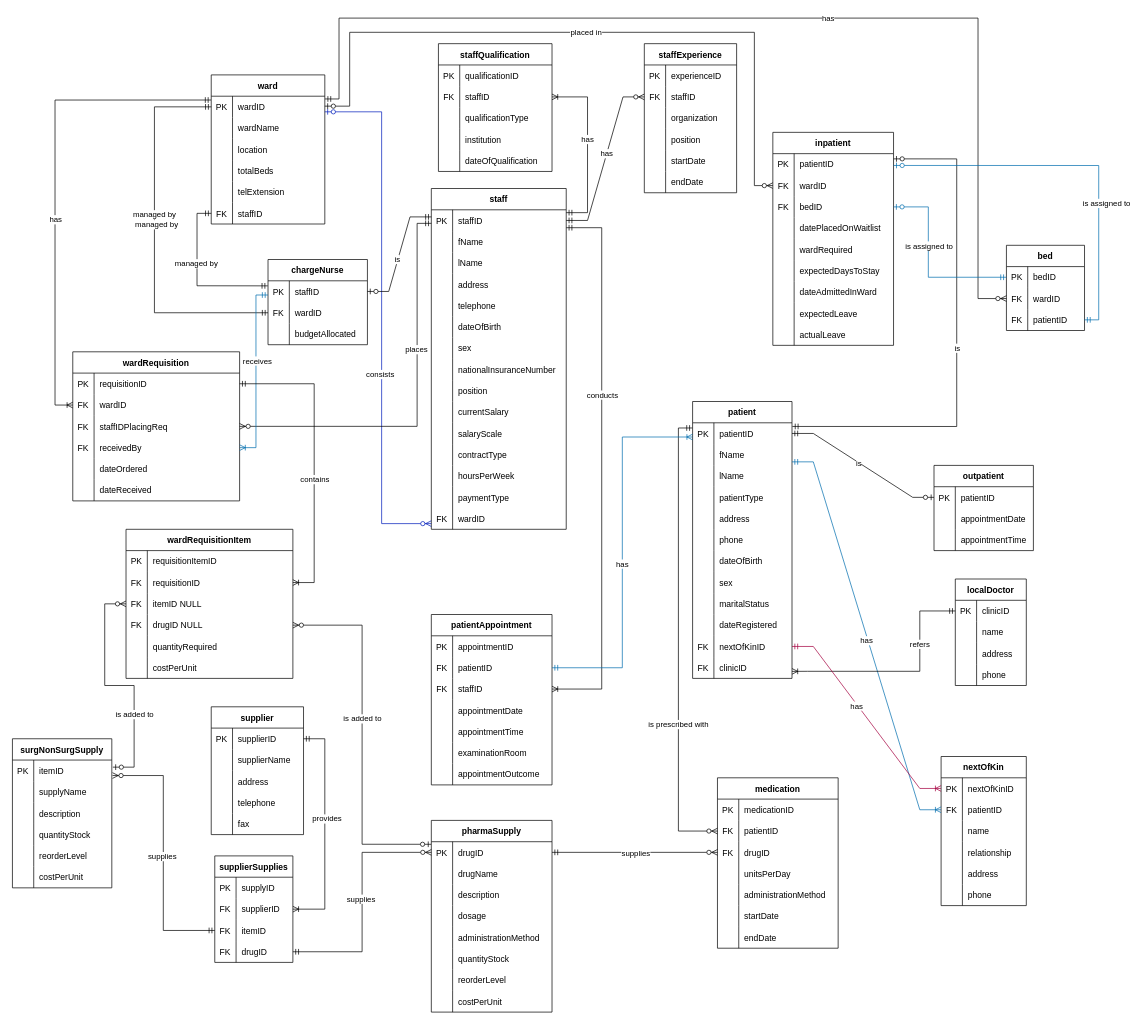
Before: page "logical ERD" (3 of 4) of meadows.drawio in reynchick/meadows, a draw.io diagram. Source tidied: cells renumbered, new cells numbered last; positions are measured from the earlier drawing's top-left corner, leaving out a move shared by most shapes. Both pictures are drawn from the tidied source at 71%, with x=0, y=0 at pixel (-13, 18).
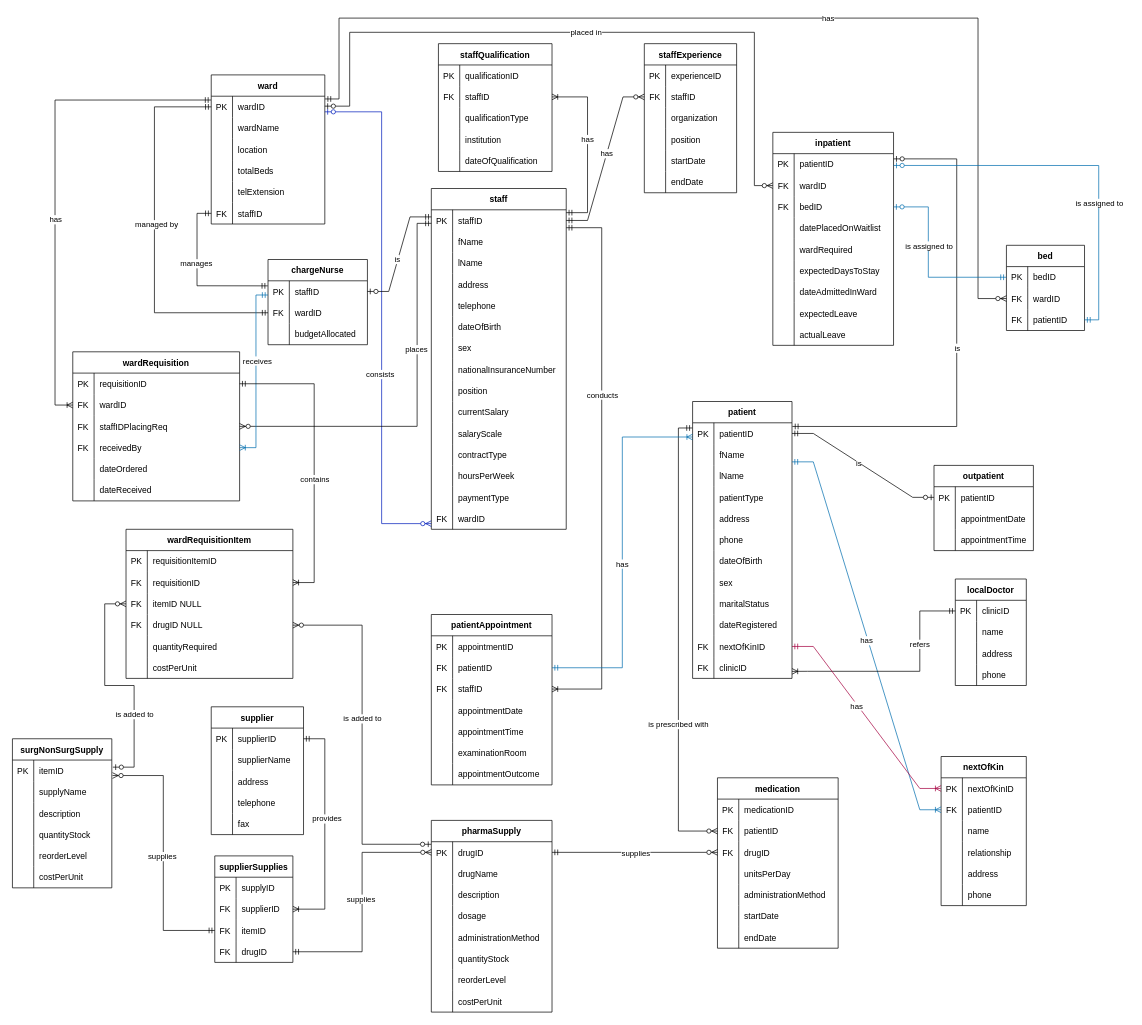
After the change.

The change refers to these unchanged cells:
```xml
<mxCell id="398" style="edgeStyle=orthogonalEdgeStyle;fontSize=12;html=1;endArrow=ERmandOne;startArrow=ERmandOne;rounded=0;exitX=0;exitY=0.5;exitDx=0;exitDy=0;entryX=0;entryY=0.5;entryDx=0;entryDy=0;" parent="1" edge="1" source="3" target="106">
  <mxGeometry relative="1" as="geometry">
    <Array as="points">
      <mxPoint x="235" y="125" />
      <mxPoint x="235" y="415" />
    </Array>
  </mxGeometry>
</mxCell>
<mxCell id="412" style="edgeStyle=orthogonalEdgeStyle;fontSize=12;html=1;endArrow=ERmandOne;startArrow=ERmandOne;rounded=0;entryX=0;entryY=0.5;entryDx=0;entryDy=0;exitX=-0.003;exitY=0.237;exitDx=0;exitDy=0;exitPerimeter=0;" parent="1" edge="1" source="103" target="18">
  <mxGeometry relative="1" as="geometry">
    <Array as="points">
      <mxPoint x="385" y="377" />
      <mxPoint x="295" y="377" />
      <mxPoint x="295" y="275" />
    </Array>
  </mxGeometry>
</mxCell>
```

Diff of the diagram source:
```diff
@@
-    <mxCell id="399" value="managed by" style="edgeLabel;html=1;align=center;verticalAlign=middle;" parent="398" vertex="1">
-      <mxGeometry x="-0.13" y="-1" relative="1" as="geometry" />
-    </mxCell>
@@
-    <mxCell id="413" value="managed by" style="edgeLabel;html=1;align=center;verticalAlign=middle;" parent="412" vertex="1">
+    <mxCell id="413" value="manages" style="edgeLabel;html=1;align=center;verticalAlign=middle;" parent="412" vertex="1">
       <mxGeometry x="0.18" y="2" relative="1" as="geometry" />
     </mxCell>
@@
     <mxCell id="439" value="is assigned to" style="edgeLabel;html=1;align=center;verticalAlign=middle;fillColor=light-dark(transparent,#FF0000);" parent="1" vertex="1">
-      <mxGeometry x="1575" y="260" as="geometry" />
+      <mxGeometry x="1565" y="260" as="geometry" />
     </mxCell>
```
